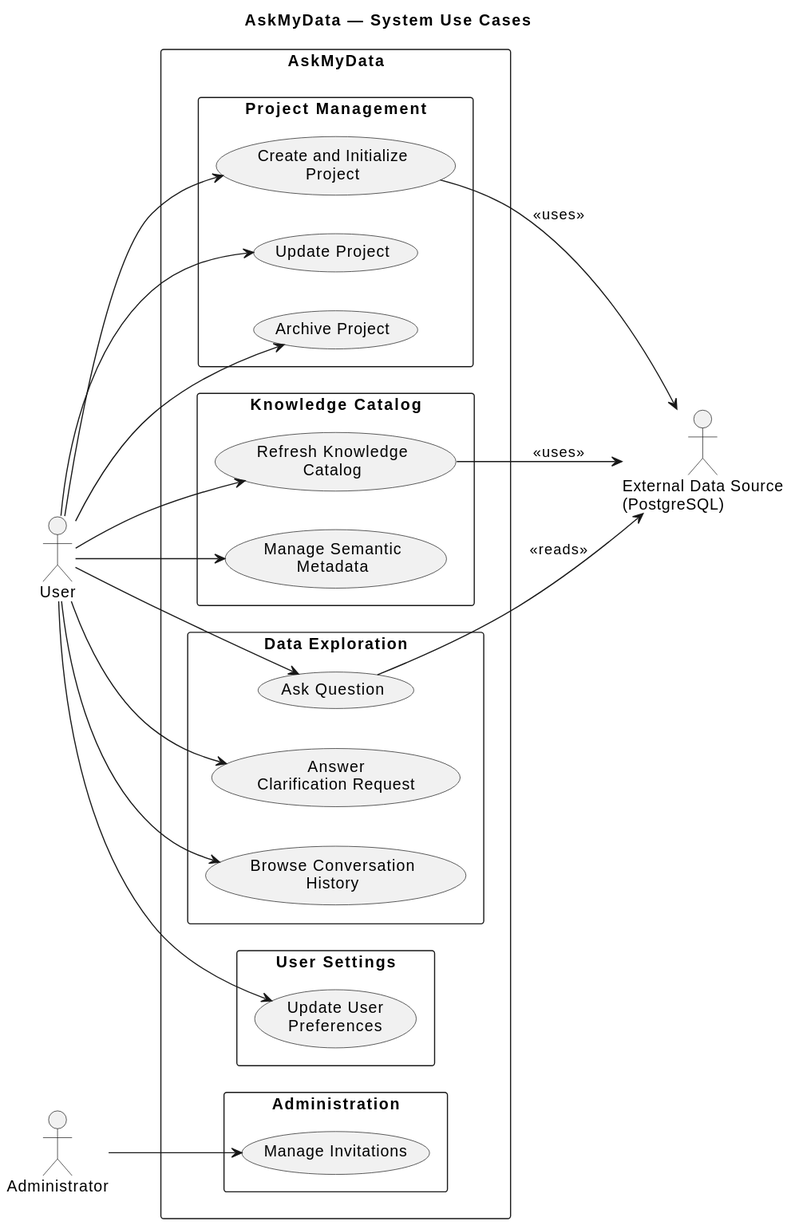
Earlier version of the PlantUML export docs/diagrams/generated/AskMyData_System_Use_Cases.svg (MarinePernici/askmydata).
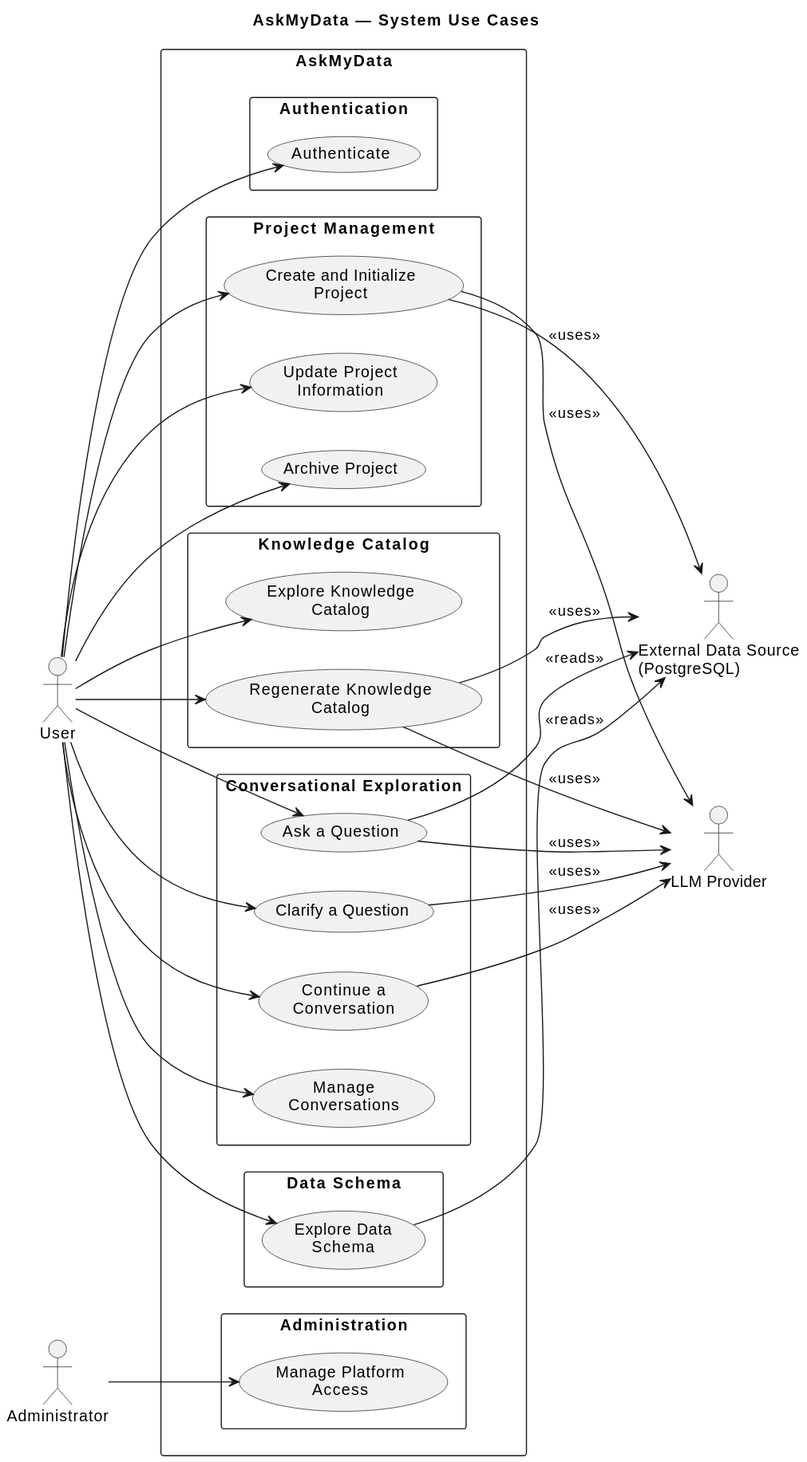
Later version of the same file.

Change to the diagram source:
```diff
@@ -8,61 +8,77 @@
 actor User
 actor Administrator
 actor "External Data Source\n(PostgreSQL)" as DataSource
+actor "LLM Provider" as LLMProvider
 
 rectangle "AskMyData" {
 
+  package "Authentication" {
+
+    usecase "Authenticate" as UC01
+
+  }
+
   package "Project Management" {
 
-    usecase "Create and Initialize\nProject" as UC01
-    usecase "Update Project" as UC02
-    usecase "Archive Project" as UC03
+    usecase "Create and Initialize\nProject" as UC02
+    usecase "Update Project\nInformation" as UC09
+    usecase "Archive Project" as UC10
 
   }
 
   package "Knowledge Catalog" {
 
-    usecase "Refresh Knowledge\nCatalog" as UC04
-    usecase "Manage Semantic\nMetadata" as UC05
+    usecase "Explore Knowledge\nCatalog" as UC03
+    usecase "Regenerate Knowledge\nCatalog" as UC08
 
   }
 
-  package "Data Exploration" {
+  package "Conversational Exploration" {
 
-    usecase "Ask Question" as UC06
-    usecase "Answer\nClarification Request" as UC07
-    usecase "Browse Conversation\nHistory" as UC08
+    usecase "Ask a Question" as UC04
+    usecase "Clarify a Question" as UC05
+    usecase "Continue a\nConversation" as UC06
+    usecase "Manage\nConversations" as UC07
 
   }
 
-  package "User Settings" {
+  package "Data Schema" {
 
-    usecase "Update User\nPreferences" as UC09
+    usecase "Explore Data\nSchema" as UC12
 
   }
 
   package "Administration" {
 
-    usecase "Manage Invitations" as UC10
+    usecase "Manage Platform\nAccess" as UC11
 
   }
 
 }
 
 User --> UC01
+
 User --> UC02
 User --> UC03
-
 User --> UC04
 User --> UC05
-
 User --> UC06
 User --> UC07
 User --> UC08
 User --> UC09
+User --> UC10
+User --> UC12
 
-Administrator --> UC10
+Administrator --> UC11
 
-UC01 --> DataSource : <<uses>>
-UC04 --> DataSource : <<uses>>
-UC06 --> DataSource : <<reads>>
+UC02 --> DataSource : <<uses>>
+UC08 --> DataSource : <<uses>>
+UC04 --> DataSource : <<reads>>
+UC12 --> DataSource : <<reads>>
+
+UC02 --> LLMProvider : <<uses>>
+UC04 --> LLMProvider : <<uses>>
+UC05 --> LLMProvider : <<uses>>
+UC06 --> LLMProvider : <<uses>>
+UC08 --> LLMProvider : <<uses>>
 @enduml
```
